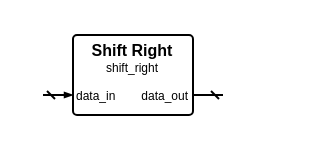
Louis-DR/OmniCores-BuildingBlocks keeps this draw.io diagram as sources/operations/shift_right/shift_right.symbol.drawio. Above is the earlier version. Source tidied: cells renumbered, new cells numbered last; positions are measured from the earlier drawing's top-left corner, leaving out a move shared by most shapes. Both pictures are drawn from the tidied source at 200%, with x=0, y=0 at pixel (42, 34).
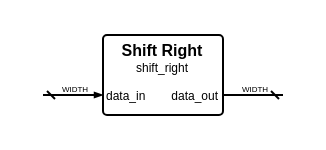
After the change.

The edit, as a diff of the source:
```diff
@@
 <mxGraphModel>
   <root>
     <mxCell id="0" />
     <mxCell id="1" parent="0" />
     <mxCell id="2" style="group;" parent="1" vertex="1">
-      <mxGeometry width="90" height="40" as="geometry" />
+      <mxGeometry width="120" height="40" as="geometry" />
     </mxCell>
     <mxCell id="3" style="rounded=1;arcSize=5;fillColor=none;strokeWidth=1;strokeColor=black;whiteSpace=wrap;html=1;" parent="2" vertex="1">
-      <mxGeometry x="15" width="60" height="40" as="geometry" />
+      <mxGeometry x="30" width="60" height="40" as="geometry" />
     </mxCell>
     <mxCell id="4" value="Shift Right" style="text;html=1;align=center;verticalAlign=middle;whiteSpace=wrap;rounded=0;fontSize=8;fontStyle=1;fontColor=black;" parent="2" vertex="1">
-      <mxGeometry x="15" y="7" width="60" as="geometry" />
+      <mxGeometry x="30" y="7" width="60" as="geometry" />
     </mxCell>
     <mxCell id="5" value="shift_right" style="text;html=1;align=center;verticalAlign=middle;whiteSpace=wrap;rounded=0;fontSize=6;fontStyle=0;fontColor=black;" parent="2" vertex="1">
-      <mxGeometry x="15" y="16" width="60" as="geometry" />
+      <mxGeometry x="30" y="16" width="60" as="geometry" />
     </mxCell>
     <mxCell id="6" value="data_in" style="text;html=1;align=left;verticalAlign=middle;whiteSpace=wrap;rounded=0;fontSize=6;fontStyle=0;fontColor=black;" parent="2" vertex="1">
-      <mxGeometry x="15" y="30" width="60" as="geometry" />
+      <mxGeometry x="30" y="30" width="60" as="geometry" />
     </mxCell>
     <mxCell id="7" style="html=1;rounded=1;strokeWidth=1;strokeColor=black;startFill=0;startSize=2;startArrow=dash;endFill=1;endSize=2;endArrow=blockThin;sourcePerimeterSpacing=0;" parent="2" edge="1">
       <mxGeometry relative="1" as="geometry">
         <mxPoint y="30" as="sourcePoint" />
-        <mxPoint x="15" y="30" as="targetPoint" />
+        <mxPoint x="30" y="30" as="targetPoint" />
       </mxGeometry>
     </mxCell>
+    <mxCell id="10" value="WIDTH" style="text;html=1;align=center;verticalAlign=middle;whiteSpace=nowrap;rounded=0;fontSize=4;fontStyle=0;fontColor=black;" parent="2" vertex="1">
+      <mxGeometry x="15" y="27" as="geometry" />
+    </mxCell>
     <mxCell id="8" value="data_out" style="text;html=1;align=right;verticalAlign=middle;whiteSpace=wrap;rounded=0;fontSize=6;fontStyle=0;fontColor=black;" parent="2" vertex="1">
-      <mxGeometry x="15" y="30" width="60" as="geometry" />
+      <mxGeometry x="30" y="30" width="60" as="geometry" />
     </mxCell>
     <mxCell id="9" style="html=1;rounded=1;strokeWidth=1;strokeColor=black;startFill=0;startSize=2;startArrow=dash;endFill=1;endSize=2;endArrow=none;sourcePerimeterSpacing=0;" parent="2" edge="1">
       <mxGeometry relative="1" as="geometry">
-        <mxPoint x="90" y="30" as="sourcePoint" />
-        <mxPoint x="75" y="30" as="targetPoint" />
+        <mxPoint x="120" y="30" as="sourcePoint" />
+        <mxPoint x="90" y="30" as="targetPoint" />
       </mxGeometry>
     </mxCell>
+    <mxCell id="11" value="WIDTH" style="text;html=1;align=center;verticalAlign=middle;whiteSpace=nowrap;rounded=0;fontSize=4;fontStyle=0;fontColor=black;" parent="2" vertex="1">
+      <mxGeometry x="105" y="27" as="geometry" />
+    </mxCell>
   </root>
 </mxGraphModel>
```
